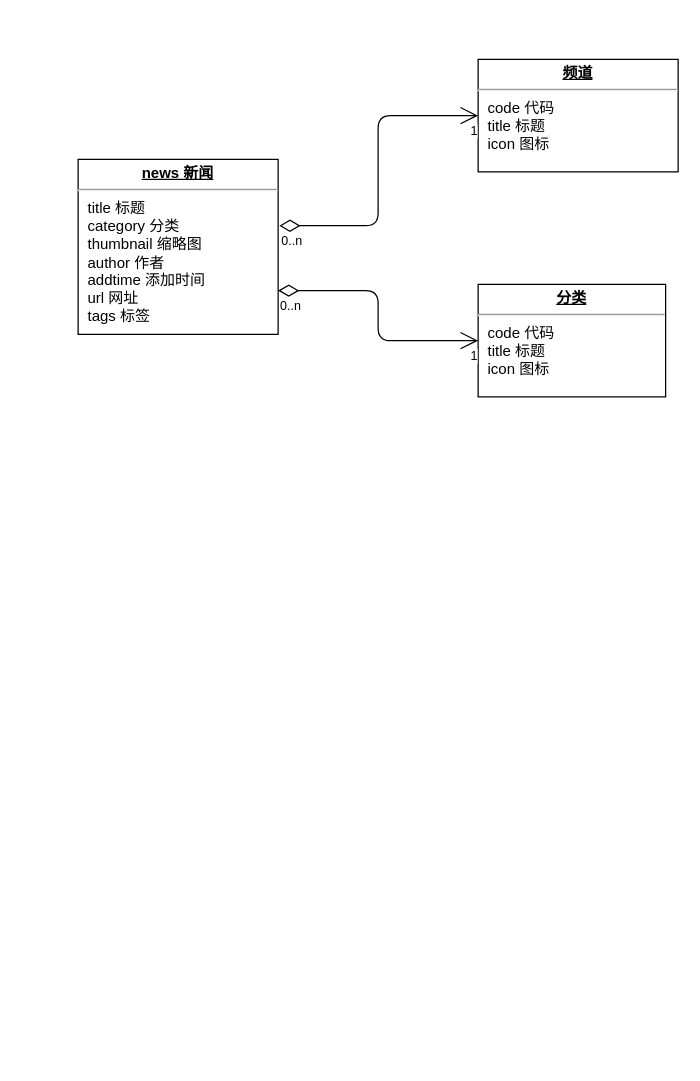
Before: doc/数据模型.drawio in ducafecat/flutter_learn_news, a draw.io diagram. Source tidied: cells renumbered, new cells numbered last; positions are measured from the earlier drawing's top-left corner, leaving out a move shared by most shapes. Both pictures are drawn from the tidied source at 125%, with x=0, y=0 at pixel (78, 59).
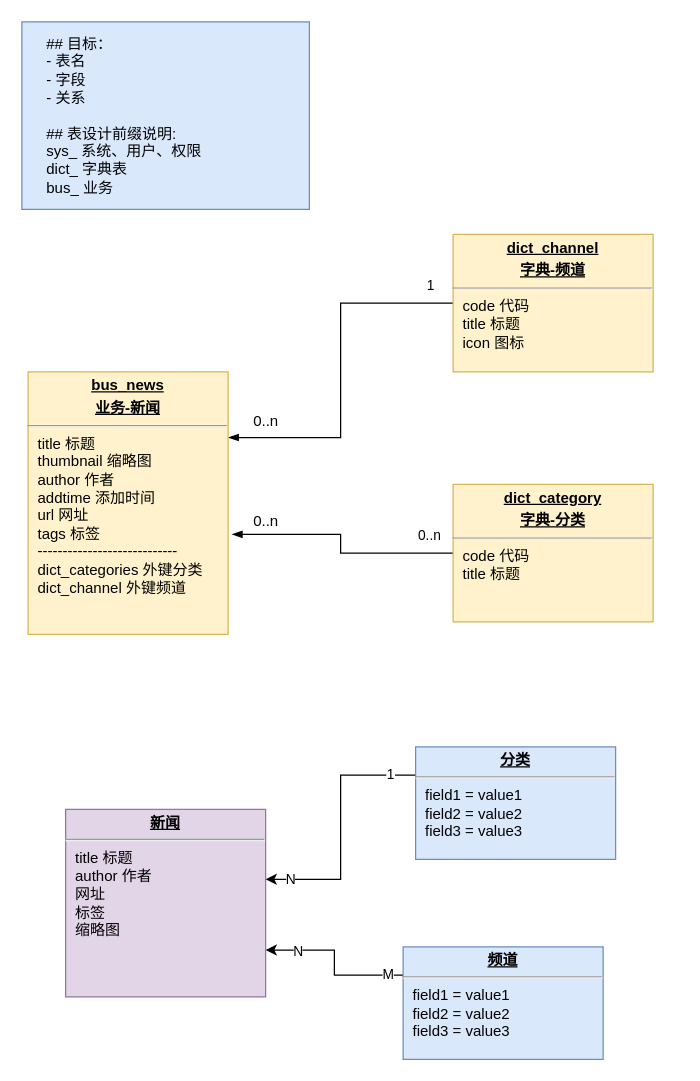
After the change.

Commit message (it also covers changes not shown here):
update -> 加入15课链接

The edit, as a diff of the source:
```diff
@@
+    <mxCell id="11" style="edgeStyle=orthogonalEdgeStyle;rounded=0;jettySize=auto;html=1;exitX=0;exitY=0.5;exitDx=0;exitDy=0;entryX=1.019;entryY=0.619;entryDx=0;entryDy=0;entryPerimeter=0;endArrow=blockThin;endFill=1;" parent="1" edge="1" source="2" target="4">
+      <mxGeometry relative="1" as="geometry" />
+    </mxCell>
+    <mxCell id="12" value="0..n" style="edgeLabel;html=1;align=center;verticalAlign=middle;" parent="11" vertex="1">
+      <mxGeometry x="-0.87" relative="1" as="geometry">
+        <mxPoint x="-8" y="-15" as="offset" />
+      </mxGeometry>
+    </mxCell>
-    <mxCell id="2" value="&lt;p style=&quot;margin: 0px ; margin-top: 4px ; text-align: center ; text-decoration: underline&quot;&gt;&lt;b&gt;分类&lt;/b&gt;&lt;/p&gt;&lt;hr&gt;&lt;p style=&quot;margin: 0px 0px 0px 8px&quot;&gt;code 代码&lt;/p&gt;&lt;p style=&quot;margin: 0px 0px 0px 8px&quot;&gt;title 标题&lt;/p&gt;&lt;p style=&quot;margin: 0px 0px 0px 8px&quot;&gt;icon 图标&lt;/p&gt;" style="verticalAlign=top;align=left;overflow=fill;fontSize=12;fontFamily=Helvetica;html=1;" parent="1" vertex="1">
-      <mxGeometry x="320" y="180" width="150" height="90" as="geometry" />
+    <mxCell id="2" value="&lt;p style=&quot;margin: 0px ; margin-top: 4px ; text-align: center ; text-decoration: underline&quot;&gt;&lt;b&gt;dict_category&lt;/b&gt;&lt;/p&gt;&lt;p style=&quot;margin: 0px ; margin-top: 4px ; text-align: center ; text-decoration: underline&quot;&gt;&lt;b&gt;字典-分类&lt;/b&gt;&lt;/p&gt;&lt;hr&gt;&lt;p style=&quot;margin: 0px 0px 0px 8px&quot;&gt;code 代码&lt;/p&gt;&lt;p style=&quot;margin: 0px 0px 0px 8px&quot;&gt;title 标题&lt;/p&gt;" style="verticalAlign=top;align=left;overflow=fill;fontSize=12;fontFamily=Helvetica;html=1;fillColor=#fff2cc;strokeColor=#d6b656;" parent="1" vertex="1">
+      <mxGeometry x="300" y="340" width="160" height="110" as="geometry" />
     </mxCell>
+    <mxCell id="13" style="edgeStyle=orthogonalEdgeStyle;rounded=0;jettySize=auto;html=1;exitX=0;exitY=0.5;exitDx=0;exitDy=0;entryX=1;entryY=0.25;entryDx=0;entryDy=0;endArrow=blockThin;endFill=1;" parent="1" edge="1" source="3" target="4">
+      <mxGeometry relative="1" as="geometry" />
+    </mxCell>
+    <mxCell id="14" value="1" style="edgeLabel;html=1;align=center;verticalAlign=middle;" parent="13" vertex="1">
+      <mxGeometry x="-0.86" y="-1" relative="1" as="geometry">
+        <mxPoint x="1" y="-14" as="offset" />
+      </mxGeometry>
+    </mxCell>
-    <mxCell id="3" value="&lt;p style=&quot;margin: 0px ; margin-top: 4px ; text-align: center ; text-decoration: underline&quot;&gt;&lt;b&gt;频道&lt;/b&gt;&lt;/p&gt;&lt;hr&gt;&lt;p style=&quot;margin: 0px ; margin-left: 8px&quot;&gt;code 代码&lt;/p&gt;&lt;p style=&quot;margin: 0px ; margin-left: 8px&quot;&gt;title 标题&lt;/p&gt;&lt;p style=&quot;margin: 0px ; margin-left: 8px&quot;&gt;icon 图标&lt;/p&gt;" style="verticalAlign=top;align=left;overflow=fill;fontSize=12;fontFamily=Helvetica;html=1;" parent="1" vertex="1">
-      <mxGeometry x="320" width="160" height="90" as="geometry" />
+    <mxCell id="3" value="&lt;p style=&quot;margin: 0px ; margin-top: 4px ; text-align: center ; text-decoration: underline&quot;&gt;&lt;b&gt;dict_channel&lt;/b&gt;&lt;/p&gt;&lt;p style=&quot;margin: 0px ; margin-top: 4px ; text-align: center ; text-decoration: underline&quot;&gt;&lt;b&gt;字典-频道&lt;/b&gt;&lt;/p&gt;&lt;hr&gt;&lt;p style=&quot;margin: 0px ; margin-left: 8px&quot;&gt;code 代码&lt;/p&gt;&lt;p style=&quot;margin: 0px ; margin-left: 8px&quot;&gt;title 标题&lt;/p&gt;&lt;p style=&quot;margin: 0px ; margin-left: 8px&quot;&gt;icon 图标&lt;/p&gt;" style="verticalAlign=top;align=left;overflow=fill;fontSize=12;fontFamily=Helvetica;html=1;fillColor=#fff2cc;strokeColor=#d6b656;" parent="1" vertex="1">
+      <mxGeometry x="300" y="140" width="160" height="110" as="geometry" />
     </mxCell>
-    <mxCell id="4" value="&lt;p style=&quot;margin: 0px ; margin-top: 4px ; text-align: center ; text-decoration: underline&quot;&gt;&lt;b&gt;news 新闻&lt;/b&gt;&lt;br&gt;&lt;/p&gt;&lt;hr&gt;&lt;p style=&quot;margin: 0px ; margin-left: 8px&quot;&gt;title 标题&lt;br&gt;category 分类&lt;br&gt;thumbnail 缩略图&lt;br&gt;author 作者&lt;br&gt;addtime 添加时间&lt;br&gt;url 网址&lt;br&gt;&lt;/p&gt;&lt;p style=&quot;margin: 0px ; margin-left: 8px&quot;&gt;tags 标签&lt;/p&gt;" style="verticalAlign=top;align=left;overflow=fill;fontSize=12;fontFamily=Helvetica;html=1;" parent="1" vertex="1">
-      <mxGeometry y="80" width="160" height="140" as="geometry" />
+    <mxCell id="4" value="&lt;p style=&quot;margin: 0px ; margin-top: 4px ; text-align: center ; text-decoration: underline&quot;&gt;&lt;b&gt;bus_news&lt;/b&gt;&lt;/p&gt;&lt;p style=&quot;margin: 0px ; margin-top: 4px ; text-align: center ; text-decoration: underline&quot;&gt;&lt;b&gt;业务-新闻&lt;/b&gt;&lt;br&gt;&lt;/p&gt;&lt;hr&gt;&lt;p style=&quot;margin: 0px ; margin-left: 8px&quot;&gt;title 标题&lt;br&gt;thumbnail 缩略图&lt;br&gt;author 作者&lt;br&gt;addtime 添加时间&lt;br&gt;url 网址&lt;br&gt;&lt;/p&gt;&lt;p style=&quot;margin: 0px ; margin-left: 8px&quot;&gt;tags 标签&lt;/p&gt;&lt;p style=&quot;margin: 0px ; margin-left: 8px&quot;&gt;----------------------------&lt;/p&gt;&lt;p style=&quot;margin: 0px ; margin-left: 8px&quot;&gt;dict_categories 外键分类&lt;br&gt;&lt;/p&gt;&lt;p style=&quot;margin: 0px ; margin-left: 8px&quot;&gt;dict_channel 外键频道&lt;/p&gt;" style="verticalAlign=top;align=left;overflow=fill;fontSize=12;fontFamily=Helvetica;html=1;fillColor=#fff2cc;strokeColor=#d6b656;" parent="1" vertex="1">
+      <mxGeometry x="-40" y="250" width="160" height="210" as="geometry" />
     </mxCell>
-    <mxCell id="5" style="endArrow=open;html=1;endSize=12;startArrow=diamondThin;startSize=14;startFill=0;edgeStyle=orthogonalEdgeStyle;entryX=0;entryY=0.5;entryDx=0;entryDy=0;exitX=1.006;exitY=0.379;exitDx=0;exitDy=0;exitPerimeter=0;" parent="1" edge="1" source="4" target="3">
-      <mxGeometry relative="1" as="geometry" />
-    </mxCell>
-    <mxCell id="6" value="0..n" style="html=1;align=left;verticalAlign=top;labelBackgroundColor=#ffffff;fontSize=10;" parent="5" vertex="1">
-      <mxGeometry x="-1" relative="1" as="geometry" />
-    </mxCell>
-    <mxCell id="7" value="1" style="html=1;align=right;verticalAlign=top;labelBackgroundColor=#ffffff;fontSize=10;" parent="5" vertex="1">
-      <mxGeometry x="1" relative="1" as="geometry" />
-    </mxCell>
-    <mxCell id="8" style="endArrow=open;html=1;endSize=12;startArrow=diamondThin;startSize=14;startFill=0;edgeStyle=orthogonalEdgeStyle;entryX=0;entryY=0.5;entryDx=0;entryDy=0;exitX=1;exitY=0.75;exitDx=0;exitDy=0;" parent="1" edge="1" source="4" target="2">
-      <mxGeometry relative="1" as="geometry" />
-    </mxCell>
-    <mxCell id="9" value="0..n" style="html=1;align=left;verticalAlign=top;labelBackgroundColor=#ffffff;fontSize=10;" parent="8" vertex="1">
-      <mxGeometry x="-1" relative="1" as="geometry" />
-    </mxCell>
-    <mxCell id="10" value="1" style="html=1;align=right;verticalAlign=top;labelBackgroundColor=#ffffff;fontSize=10;" parent="8" vertex="1">
-      <mxGeometry x="1" relative="1" as="geometry" />
-    </mxCell>
+    <mxCell id="15" value="## 目标：&lt;br&gt;- 表名&lt;br&gt;- 字段&lt;br&gt;- 关系&lt;br&gt;&lt;br&gt;## 表设计前缀说明:&lt;br&gt;sys_ 系统、用户、权限&lt;br&gt;dict_ 字典表&lt;br&gt;bus_ 业务" style="text;html=1;strokeColor=#6c8ebf;fillColor=#dae8fc;align=left;verticalAlign=middle;whiteSpace=wrap;rounded=0;spacing=20;" parent="1" vertex="1">
+      <mxGeometry x="-45" y="-30" width="230" height="150" as="geometry" />
+    </mxCell>
+    <mxCell id="16" value="0..n" style="text;html=1;align=center;verticalAlign=middle;" parent="1" vertex="1">
+      <mxGeometry x="130" y="280" width="40" height="20" as="geometry" />
+    </mxCell>
+    <mxCell id="17" value="0..n" style="text;html=1;align=center;verticalAlign=middle;" parent="1" vertex="1">
+      <mxGeometry x="130" y="360" width="40" height="20" as="geometry" />
+    </mxCell>
+    <mxCell id="18" value="&lt;p style=&quot;margin: 0px ; margin-top: 4px ; text-align: center ; text-decoration: underline&quot;&gt;&lt;b&gt;新闻&lt;/b&gt;&lt;/p&gt;&lt;hr&gt;&lt;p style=&quot;margin: 0px ; margin-left: 8px&quot;&gt;title 标题&lt;/p&gt;&lt;p style=&quot;margin: 0px ; margin-left: 8px&quot;&gt;author 作者&lt;/p&gt;&lt;p style=&quot;margin: 0px ; margin-left: 8px&quot;&gt;网址&lt;/p&gt;&lt;p style=&quot;margin: 0px ; margin-left: 8px&quot;&gt;标签&lt;/p&gt;&lt;p style=&quot;margin: 0px ; margin-left: 8px&quot;&gt;缩略图&lt;/p&gt;" style="verticalAlign=top;align=left;overflow=fill;fontSize=12;fontFamily=Helvetica;html=1;fillColor=#e1d5e7;strokeColor=#9673a6;" parent="1" vertex="1">
+      <mxGeometry x="-10" y="600" width="160" height="150" as="geometry" />
+    </mxCell>
+    <mxCell id="19" style="edgeStyle=orthogonalEdgeStyle;rounded=0;jettySize=auto;html=1;exitX=0;exitY=0.25;exitDx=0;exitDy=0;entryX=1;entryY=0.75;entryDx=0;entryDy=0;" parent="1" edge="1" source="22" target="18">
+      <mxGeometry relative="1" as="geometry" />
+    </mxCell>
+    <mxCell id="20" value="N" style="edgeLabel;html=1;align=center;verticalAlign=middle;" parent="19" vertex="1">
+      <mxGeometry x="0.61" y="1" relative="1" as="geometry" />
+    </mxCell>
+    <mxCell id="21" value="M" style="edgeLabel;html=1;align=center;verticalAlign=middle;" parent="19" vertex="1">
+      <mxGeometry x="-0.8" y="-1" relative="1" as="geometry" />
+    </mxCell>
+    <mxCell id="22" value="&lt;p style=&quot;margin: 0px ; margin-top: 4px ; text-align: center ; text-decoration: underline&quot;&gt;&lt;b&gt;频道&lt;/b&gt;&lt;/p&gt;&lt;hr&gt;&lt;p style=&quot;margin: 0px ; margin-left: 8px&quot;&gt;field1 = value1&lt;br&gt;field2 = value2&lt;br&gt;field3 = value3&lt;/p&gt;" style="verticalAlign=top;align=left;overflow=fill;fontSize=12;fontFamily=Helvetica;html=1;fillColor=#dae8fc;strokeColor=#6c8ebf;" parent="1" vertex="1">
+      <mxGeometry x="260" y="710" width="160" height="90" as="geometry" />
+    </mxCell>
+    <mxCell id="23" style="edgeStyle=orthogonalEdgeStyle;rounded=0;jettySize=auto;html=1;exitX=0;exitY=0.25;exitDx=0;exitDy=0;entryX=1;entryY=0.373;entryDx=0;entryDy=0;entryPerimeter=0;" parent="1" edge="1" source="26" target="18">
+      <mxGeometry relative="1" as="geometry" />
+    </mxCell>
+    <mxCell id="24" value="N" style="edgeLabel;html=1;align=center;verticalAlign=middle;" parent="23" vertex="1">
+      <mxGeometry x="0.81" relative="1" as="geometry" />
+    </mxCell>
+    <mxCell id="25" value="1" style="edgeLabel;html=1;align=center;verticalAlign=middle;" parent="23" vertex="1">
+      <mxGeometry x="-0.79" y="-1" relative="1" as="geometry" />
+    </mxCell>
+    <mxCell id="26" value="&lt;p style=&quot;margin: 0px ; margin-top: 4px ; text-align: center ; text-decoration: underline&quot;&gt;&lt;b&gt;分类&lt;/b&gt;&lt;/p&gt;&lt;hr&gt;&lt;p style=&quot;margin: 0px ; margin-left: 8px&quot;&gt;field1 = value1&lt;br&gt;field2 = value2&lt;br&gt;field3 = value3&lt;/p&gt;" style="verticalAlign=top;align=left;overflow=fill;fontSize=12;fontFamily=Helvetica;html=1;fillColor=#dae8fc;strokeColor=#6c8ebf;" parent="1" vertex="1">
+      <mxGeometry x="270" y="550" width="160" height="90" as="geometry" />
+    </mxCell>
```
